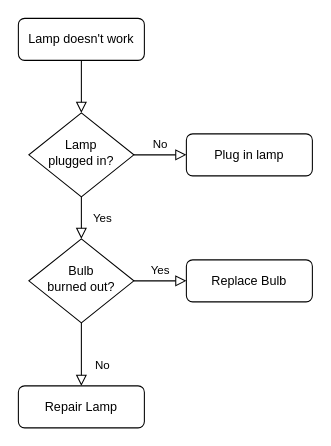
whitesweater/first_ keeps this draw.io diagram as Untitled Diagram.drawio. Above is the earlier version. Source tidied: cells renumbered, new cells numbered last; positions are measured from the earlier drawing's top-left corner, leaving out a move shared by most shapes. Both pictures are drawn from the tidied source at 105%, with x=0, y=0 at pixel (18, 18).
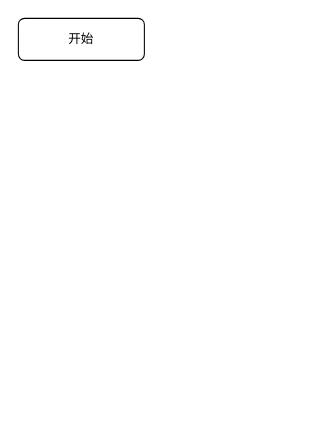
Above is the later version.

Diff of the diagram source:
```diff
@@
 <mxGraphModel>
   <root>
     <mxCell id="0" />
     <mxCell id="1" parent="0" />
-    <mxCell id="2" style="rounded=0;html=1;jettySize=auto;fontSize=11;endArrow=block;endFill=0;endSize=8;strokeWidth=1;shadow=0;labelBackgroundColor=none;edgeStyle=orthogonalEdgeStyle;" parent="1" edge="1" source="3" target="6">
-      <mxGeometry relative="1" as="geometry" />
-    </mxCell>
-    <mxCell id="3" value="Lamp doesn't work" style="rounded=1;whiteSpace=wrap;html=1;fontSize=12;glass=0;strokeWidth=1;shadow=0;" parent="1" vertex="1">
+    <mxCell id="3" value="开始" style="rounded=1;whiteSpace=wrap;html=1;fontSize=12;glass=0;strokeWidth=1;shadow=0;" parent="1" vertex="1">
       <mxGeometry width="120" height="40" as="geometry" />
     </mxCell>
-    <mxCell id="4" value="Yes" style="rounded=0;html=1;jettySize=auto;fontSize=11;endArrow=block;endFill=0;endSize=8;strokeWidth=1;shadow=0;labelBackgroundColor=none;edgeStyle=orthogonalEdgeStyle;" parent="1" edge="1" source="6" target="10">
-      <mxGeometry y="20" relative="1" as="geometry" />
-    </mxCell>
-    <mxCell id="5" value="No" style="edgeStyle=orthogonalEdgeStyle;rounded=0;html=1;jettySize=auto;fontSize=11;endArrow=block;endFill=0;endSize=8;strokeWidth=1;shadow=0;labelBackgroundColor=none;" parent="1" edge="1" source="6" target="7">
-      <mxGeometry y="10" relative="1" as="geometry" />
-    </mxCell>
-    <mxCell id="6" value="Lamp&lt;br&gt;plugged in?" style="rhombus;whiteSpace=wrap;html=1;shadow=0;fontFamily=Helvetica;fontSize=12;align=center;strokeWidth=1;spacing=6;spacingTop=-4;" parent="1" vertex="1">
-      <mxGeometry x="10" y="90" width="100" height="80" as="geometry" />
-    </mxCell>
-    <mxCell id="7" value="Plug in lamp" style="rounded=1;whiteSpace=wrap;html=1;fontSize=12;glass=0;strokeWidth=1;shadow=0;" parent="1" vertex="1">
-      <mxGeometry x="160" y="110" width="120" height="40" as="geometry" />
-    </mxCell>
-    <mxCell id="8" value="No" style="rounded=0;html=1;jettySize=auto;fontSize=11;endArrow=block;endFill=0;endSize=8;strokeWidth=1;shadow=0;labelBackgroundColor=none;edgeStyle=orthogonalEdgeStyle;" parent="1" edge="1" source="10" target="11">
-      <mxGeometry x="0.33" y="20" relative="1" as="geometry" />
-    </mxCell>
-    <mxCell id="9" value="Yes" style="edgeStyle=orthogonalEdgeStyle;rounded=0;html=1;jettySize=auto;fontSize=11;endArrow=block;endFill=0;endSize=8;strokeWidth=1;shadow=0;labelBackgroundColor=none;" parent="1" edge="1" source="10" target="12">
-      <mxGeometry y="10" relative="1" as="geometry" />
-    </mxCell>
-    <mxCell id="10" value="Bulb&lt;br&gt;burned out?" style="rhombus;whiteSpace=wrap;html=1;shadow=0;fontFamily=Helvetica;fontSize=12;align=center;strokeWidth=1;spacing=6;spacingTop=-4;" parent="1" vertex="1">
-      <mxGeometry x="10" y="210" width="100" height="80" as="geometry" />
-    </mxCell>
-    <mxCell id="11" value="Repair Lamp" style="rounded=1;whiteSpace=wrap;html=1;fontSize=12;glass=0;strokeWidth=1;shadow=0;" parent="1" vertex="1">
-      <mxGeometry y="350" width="120" height="40" as="geometry" />
-    </mxCell>
-    <mxCell id="12" value="Replace Bulb" style="rounded=1;whiteSpace=wrap;html=1;fontSize=12;glass=0;strokeWidth=1;shadow=0;" parent="1" vertex="1">
-      <mxGeometry x="160" y="230" width="120" height="40" as="geometry" />
-    </mxCell>
   </root>
 </mxGraphModel>
```
